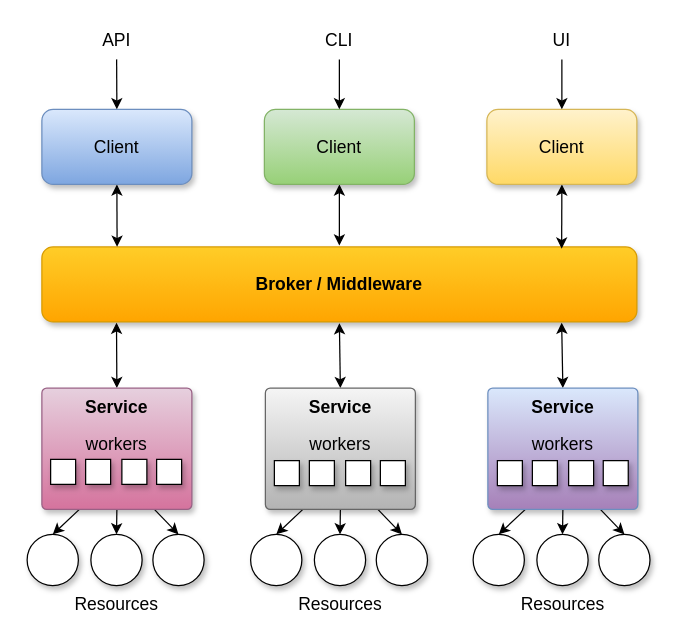
Earlier version of the draw.io diagram page "Overview Architecture" (5 of 6) of docs/images/ArcOverview.drawio (dmulyalin/NORFAB). Source tidied: cells renumbered, new cells numbered last; positions are measured from the earlier drawing's top-left corner, leaving out a move shared by most shapes. Both pictures are drawn from the tidied source at 125%, with x=0, y=0 at pixel (26, 21).
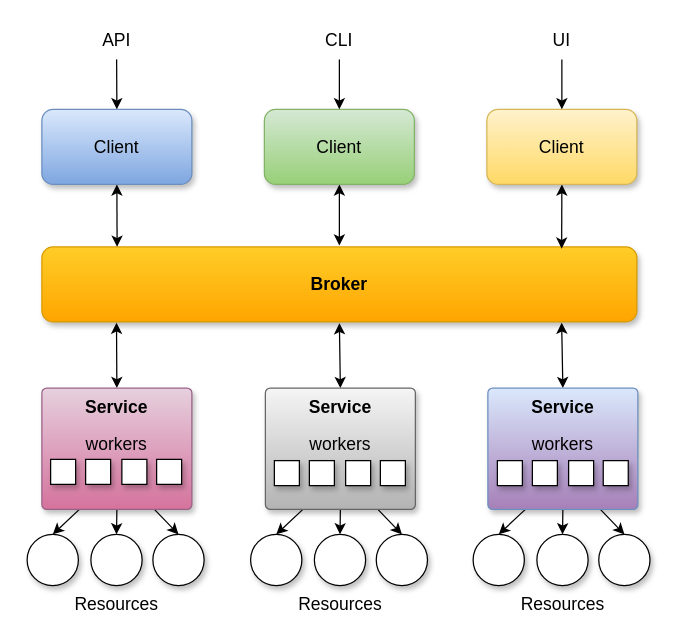
Above is the later version.

Change to the diagram source:
```diff
@@
-    <mxCell id="2" value="Broker / Middleware" style="rounded=1;whiteSpace=wrap;html=1;glass=0;shadow=1;perimeterSpacing=1;fontStyle=1;fontSize=14;fillColor=#ffcd28;gradientColor=#ffa500;strokeColor=#d79b00;" parent="1" vertex="1">
+    <mxCell id="2" value="Broker" style="rounded=1;whiteSpace=wrap;html=1;glass=0;shadow=1;perimeterSpacing=1;fontStyle=1;fontSize=14;fillColor=#ffcd28;gradientColor=#ffa500;strokeColor=#d79b00;" parent="1" vertex="1">
       <mxGeometry x="12" y="180" width="476" height="60" as="geometry" />
     </mxCell>
```
